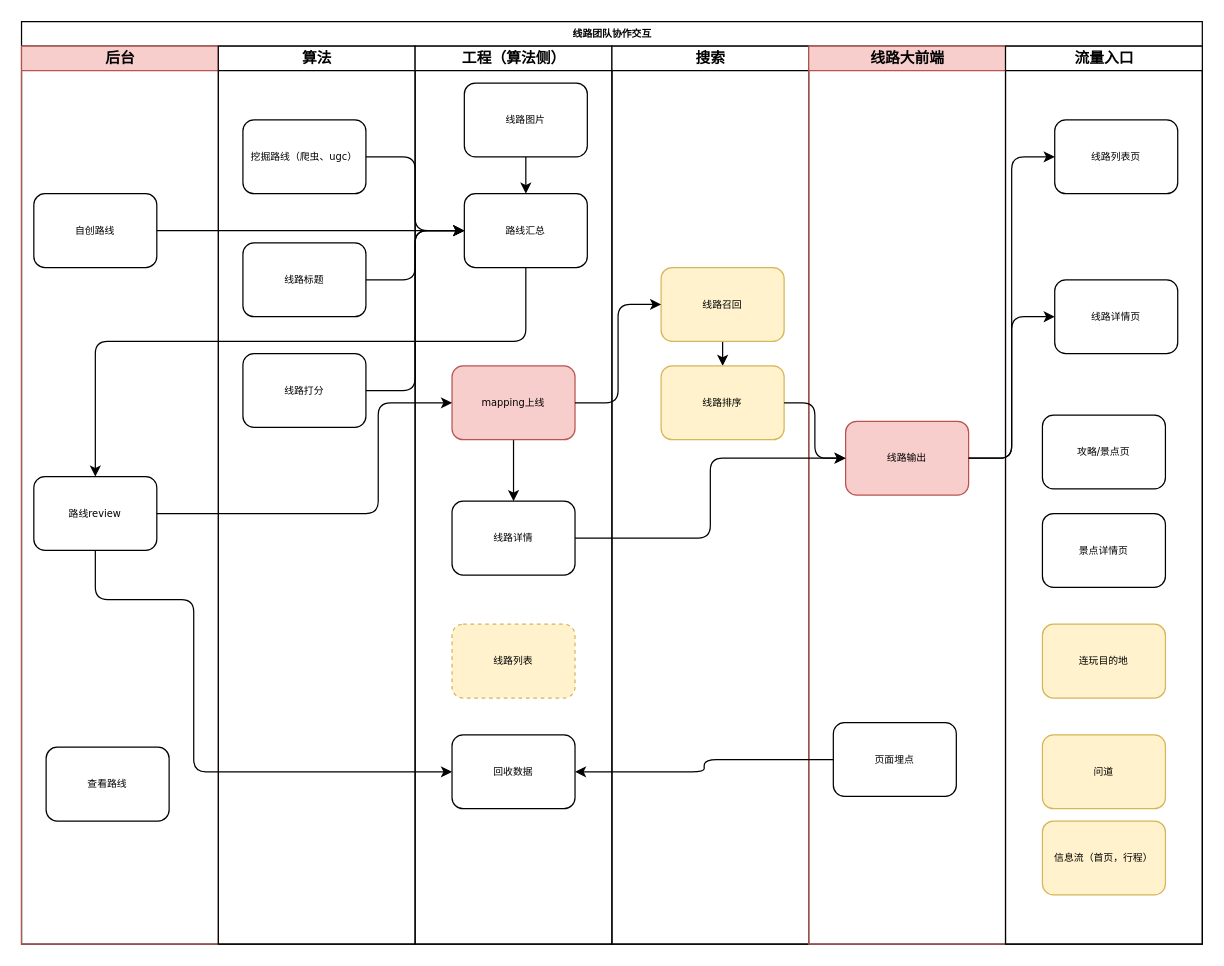
The draw.io diagram page "PGC线路团队协作图" (1 of 3) of 线路数据流.drawio in tsafo/demo, before the edit. Source tidied: cells renumbered, new cells numbered last; positions are measured from the earlier drawing's top-left corner, leaving out a move shared by most shapes. Both pictures are drawn from the tidied source at 123%, with x=0, y=0 at pixel (21, 21).
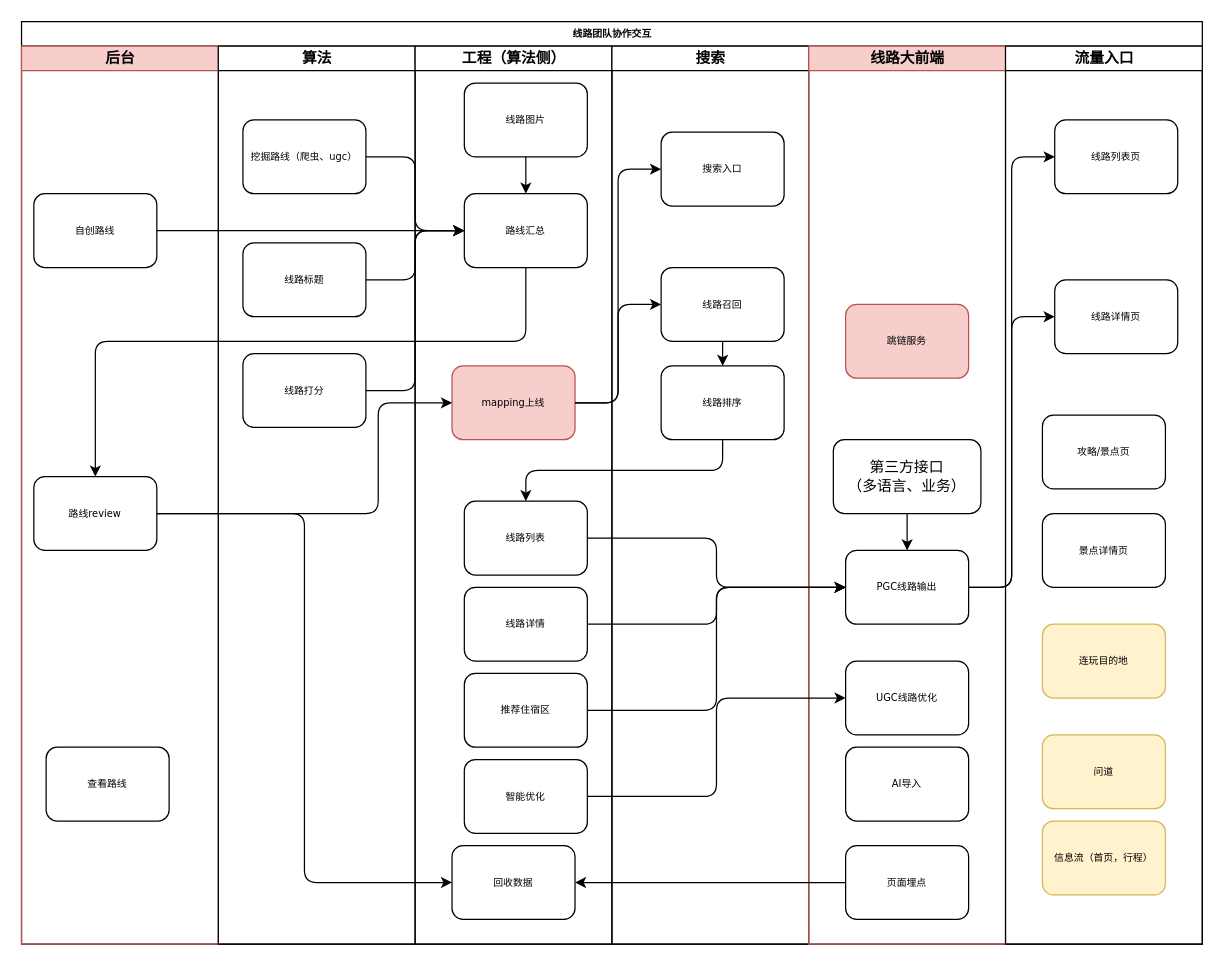
Above is the later version.

Commit message:
更新线路数据流.drawio

Unchanged cells that the change refers to:
```xml
<mxCell id="2" value="线路团队协作交互" style="swimlane;html=1;startSize=20;rounded=0;shadow=0;labelBackgroundColor=none;strokeWidth=1;fontFamily=Verdana;fontSize=8;align=center;" parent="1" vertex="1">
  <mxGeometry width="960" height="750" as="geometry" />
</mxCell>
<mxCell id="5" value="路线review" style="rounded=1;whiteSpace=wrap;html=1;shadow=0;labelBackgroundColor=none;strokeWidth=1;fontFamily=Verdana;fontSize=8;align=center;" parent="3" vertex="1">
  <mxGeometry x="10" y="350" width="100" height="60" as="geometry" />
</mxCell>
<mxCell id="11" value="工程（算法侧）" style="swimlane;html=1;startSize=20;" parent="2" vertex="1">
  <mxGeometry x="320" y="20" width="160" height="730" as="geometry" />
</mxCell>
<mxCell id="14" value="mapping上线" style="rounded=1;whiteSpace=wrap;html=1;shadow=0;labelBackgroundColor=none;strokeWidth=1;fontFamily=Verdana;fontSize=8;align=center;fillColor=#f8cecc;strokeColor=#b85450;" parent="11" vertex="1">
  <mxGeometry x="30" y="260" width="100" height="60" as="geometry" />
</mxCell>
<mxCell id="20" value="搜索" style="swimlane;html=1;startSize=20;" parent="2" vertex="1">
  <mxGeometry x="480" y="20" width="160" height="730" as="geometry" />
</mxCell>
<mxCell id="24" value="线路大前端" style="swimlane;html=1;startSize=20;fillColor=#f8cecc;strokeColor=#b85450;" parent="2" vertex="1">
  <mxGeometry x="640" y="20" width="160" height="730" as="geometry" />
</mxCell>
```

Change to the diagram source:
```diff
@@
-    <mxCell id="13" style="edgeStyle=orthogonalEdgeStyle;rounded=0;jettySize=auto;html=1;exitX=0.5;exitY=1;exitDx=0;exitDy=0;entryX=0.5;entryY=0;entryDx=0;entryDy=0;" parent="11" edge="1" source="14" target="17">
-      <mxGeometry relative="1" as="geometry" />
-    </mxCell>
@@
     <mxCell id="17" value="线路详情" style="rounded=1;whiteSpace=wrap;html=1;shadow=0;labelBackgroundColor=none;strokeWidth=1;fontFamily=Verdana;fontSize=8;align=center;" parent="11" vertex="1">
-      <mxGeometry x="30" y="370" width="100" height="60" as="geometry" />
+      <mxGeometry x="40" y="440" width="100" height="60" as="geometry" />
     </mxCell>
     <mxCell id="18" value="回收数据" style="rounded=1;whiteSpace=wrap;html=1;shadow=0;labelBackgroundColor=none;strokeWidth=1;fontFamily=Verdana;fontSize=8;align=center;" parent="11" vertex="1">
-      <mxGeometry x="30" y="560" width="100" height="60" as="geometry" />
+      <mxGeometry x="30" y="650" width="100" height="60" as="geometry" />
     </mxCell>
-    <mxCell id="19" value="线路列表" style="rounded=1;whiteSpace=wrap;html=1;shadow=0;labelBackgroundColor=none;strokeWidth=1;fontFamily=Verdana;fontSize=8;align=center;dashed=1;fillColor=#fff2cc;strokeColor=#d6b656;" parent="11" vertex="1">
-      <mxGeometry x="30" y="470" width="100" height="60" as="geometry" />
+    <mxCell id="19" value="线路列表" style="rounded=1;whiteSpace=wrap;html=1;shadow=0;labelBackgroundColor=none;strokeWidth=1;fontFamily=Verdana;fontSize=8;align=center;" parent="11" vertex="1">
+      <mxGeometry x="40" y="370" width="100" height="60" as="geometry" />
     </mxCell>
+    <mxCell id="48" value="推荐住宿区" style="rounded=1;whiteSpace=wrap;html=1;shadow=0;labelBackgroundColor=none;strokeWidth=1;fontFamily=Verdana;fontSize=8;align=center;" parent="11" vertex="1">
+      <mxGeometry x="40" y="510" width="100" height="60" as="geometry" />
+    </mxCell>
+    <mxCell id="49" value="智能优化" style="rounded=1;whiteSpace=wrap;html=1;shadow=0;labelBackgroundColor=none;strokeWidth=1;fontFamily=Verdana;fontSize=8;align=center;" parent="11" vertex="1">
+      <mxGeometry x="40" y="580" width="100" height="60" as="geometry" />
+    </mxCell>
@@
-    <mxCell id="22" value="线路召回" style="rounded=1;whiteSpace=wrap;html=1;shadow=0;labelBackgroundColor=none;strokeWidth=1;fontFamily=Verdana;fontSize=8;align=center;fillColor=#fff2cc;strokeColor=#d6b656;" parent="20" vertex="1">
+    <mxCell id="22" value="线路召回" style="rounded=1;whiteSpace=wrap;html=1;shadow=0;labelBackgroundColor=none;strokeWidth=1;fontFamily=Verdana;fontSize=8;align=center;" parent="20" vertex="1">
       <mxGeometry x="40" y="180" width="100" height="60" as="geometry" />
     </mxCell>
-    <mxCell id="23" value="线路排序" style="rounded=1;whiteSpace=wrap;html=1;shadow=0;labelBackgroundColor=none;strokeWidth=1;fontFamily=Verdana;fontSize=8;align=center;fillColor=#fff2cc;strokeColor=#d6b656;" parent="20" vertex="1">
+    <mxCell id="23" value="线路排序" style="rounded=1;whiteSpace=wrap;html=1;shadow=0;labelBackgroundColor=none;strokeWidth=1;fontFamily=Verdana;fontSize=8;align=center;" parent="20" vertex="1">
       <mxGeometry x="40" y="260" width="100" height="60" as="geometry" />
     </mxCell>
+    <mxCell id="50" value="搜索入口" style="rounded=1;whiteSpace=wrap;html=1;shadow=0;labelBackgroundColor=none;strokeWidth=1;fontFamily=Verdana;fontSize=8;align=center;" parent="20" vertex="1">
+      <mxGeometry x="40" y="70" width="100" height="60" as="geometry" />
+    </mxCell>
@@
-    <mxCell id="25" value="线路输出" style="rounded=1;whiteSpace=wrap;html=1;shadow=0;labelBackgroundColor=none;strokeWidth=1;fontFamily=Verdana;fontSize=8;align=center;fillColor=#f8cecc;strokeColor=#b85450;" parent="24" vertex="1">
-      <mxGeometry x="30" y="305" width="100" height="60" as="geometry" />
+    <mxCell id="25" value="PGC线路输出" style="rounded=1;whiteSpace=wrap;html=1;shadow=0;labelBackgroundColor=none;strokeWidth=1;fontFamily=Verdana;fontSize=8;align=center;" parent="24" vertex="1">
+      <mxGeometry x="30" y="410" width="100" height="60" as="geometry" />
     </mxCell>
     <mxCell id="26" value="页面埋点" style="rounded=1;whiteSpace=wrap;html=1;shadow=0;labelBackgroundColor=none;strokeWidth=1;fontFamily=Verdana;fontSize=8;align=center;" parent="24" vertex="1">
-      <mxGeometry x="20" y="550" width="100" height="60" as="geometry" />
+      <mxGeometry x="30" y="650" width="100" height="60" as="geometry" />
     </mxCell>
+    <mxCell id="51" style="edgeStyle=orthogonalEdgeStyle;rounded=0;jettySize=auto;html=1;exitX=0.5;exitY=1;exitDx=0;exitDy=0;entryX=0.5;entryY=0;entryDx=0;entryDy=0;" parent="24" edge="1" source="52" target="25">
+      <mxGeometry relative="1" as="geometry" />
+    </mxCell>
+    <mxCell id="52" value="第三方接口&lt;div&gt;（多语言、业务）&lt;/div&gt;" style="whiteSpace=wrap;html=1;rounded=1;" parent="24" vertex="1">
+      <mxGeometry x="20" y="320" width="120" height="60" as="geometry" />
+    </mxCell>
+    <mxCell id="53" value="UGC线路优化" style="rounded=1;whiteSpace=wrap;html=1;shadow=0;labelBackgroundColor=none;strokeWidth=1;fontFamily=Verdana;fontSize=8;align=center;" parent="24" vertex="1">
+      <mxGeometry x="30" y="500" width="100" height="60" as="geometry" />
+    </mxCell>
+    <mxCell id="54" value="跳链服务" style="rounded=1;whiteSpace=wrap;html=1;shadow=0;labelBackgroundColor=none;strokeWidth=1;fontFamily=Verdana;fontSize=8;align=center;fillColor=#f8cecc;strokeColor=#b85450;" parent="24" vertex="1">
+      <mxGeometry x="30" y="210" width="100" height="60" as="geometry" />
+    </mxCell>
+    <mxCell id="55" value="AI导入" style="rounded=1;whiteSpace=wrap;html=1;shadow=0;labelBackgroundColor=none;strokeWidth=1;fontFamily=Verdana;fontSize=8;align=center;" parent="24" vertex="1">
+      <mxGeometry x="30" y="570" width="100" height="60" as="geometry" />
+    </mxCell>
@@
-    <mxCell id="41" style="edgeStyle=orthogonalEdgeStyle;rounded=1;jettySize=auto;html=1;exitX=1;exitY=0.5;exitDx=0;exitDy=0;entryX=0;entryY=0.5;entryDx=0;entryDy=0;curved=0;" parent="2" edge="1" source="23" target="25">
-      <mxGeometry relative="1" as="geometry" />
-    </mxCell>
@@
+    <mxCell id="56" style="edgeStyle=orthogonalEdgeStyle;rounded=1;jettySize=auto;html=1;exitX=0.5;exitY=1;exitDx=0;exitDy=0;entryX=0.5;entryY=0;entryDx=0;entryDy=0;curved=0;" parent="2" edge="1" source="23" target="19">
+      <mxGeometry relative="1" as="geometry" />
+    </mxCell>
+    <mxCell id="57" style="edgeStyle=orthogonalEdgeStyle;rounded=1;jettySize=auto;html=1;exitX=1;exitY=0.5;exitDx=0;exitDy=0;entryX=0;entryY=0.5;entryDx=0;entryDy=0;curved=0;" parent="2" edge="1" source="19" target="25">
+      <mxGeometry relative="1" as="geometry" />
+    </mxCell>
+    <mxCell id="58" style="edgeStyle=orthogonalEdgeStyle;rounded=1;jettySize=auto;html=1;exitX=1;exitY=0.5;exitDx=0;exitDy=0;entryX=0;entryY=0.5;entryDx=0;entryDy=0;curved=0;" parent="2" edge="1" source="48" target="25">
+      <mxGeometry relative="1" as="geometry" />
+    </mxCell>
-    <mxCell id="47" style="edgeStyle=orthogonalEdgeStyle;rounded=1;jettySize=auto;html=1;exitX=0.5;exitY=1;exitDx=0;exitDy=0;entryX=0;entryY=0.5;entryDx=0;entryDy=0;curved=0;" parent="2" edge="1" source="5" target="18">
-      <mxGeometry relative="1" as="geometry">
-        <Array as="points">
-          <mxPoint x="60" y="470" />
-          <mxPoint x="140" y="470" />
-          <mxPoint x="140" y="610" />
-        </Array>
-      </mxGeometry>
+    <mxCell id="47" style="edgeStyle=orthogonalEdgeStyle;rounded=1;jettySize=auto;html=1;exitX=1;exitY=0.5;exitDx=0;exitDy=0;entryX=0;entryY=0.5;entryDx=0;entryDy=0;curved=0;" parent="2" edge="1" source="5" target="18">
+      <mxGeometry relative="1" as="geometry" />
     </mxCell>
+    <mxCell id="59" style="edgeStyle=orthogonalEdgeStyle;rounded=1;jettySize=auto;html=1;exitX=1;exitY=0.5;exitDx=0;exitDy=0;entryX=0;entryY=0.5;entryDx=0;entryDy=0;curved=0;" parent="2" edge="1" source="49" target="53">
+      <mxGeometry relative="1" as="geometry" />
+    </mxCell>
+    <mxCell id="60" style="edgeStyle=orthogonalEdgeStyle;rounded=1;jettySize=auto;html=1;exitX=1;exitY=0.5;exitDx=0;exitDy=0;entryX=0;entryY=0.5;entryDx=0;entryDy=0;curved=0;" parent="2" edge="1" source="14" target="50">
+      <mxGeometry relative="1" as="geometry" />
+    </mxCell>
```
